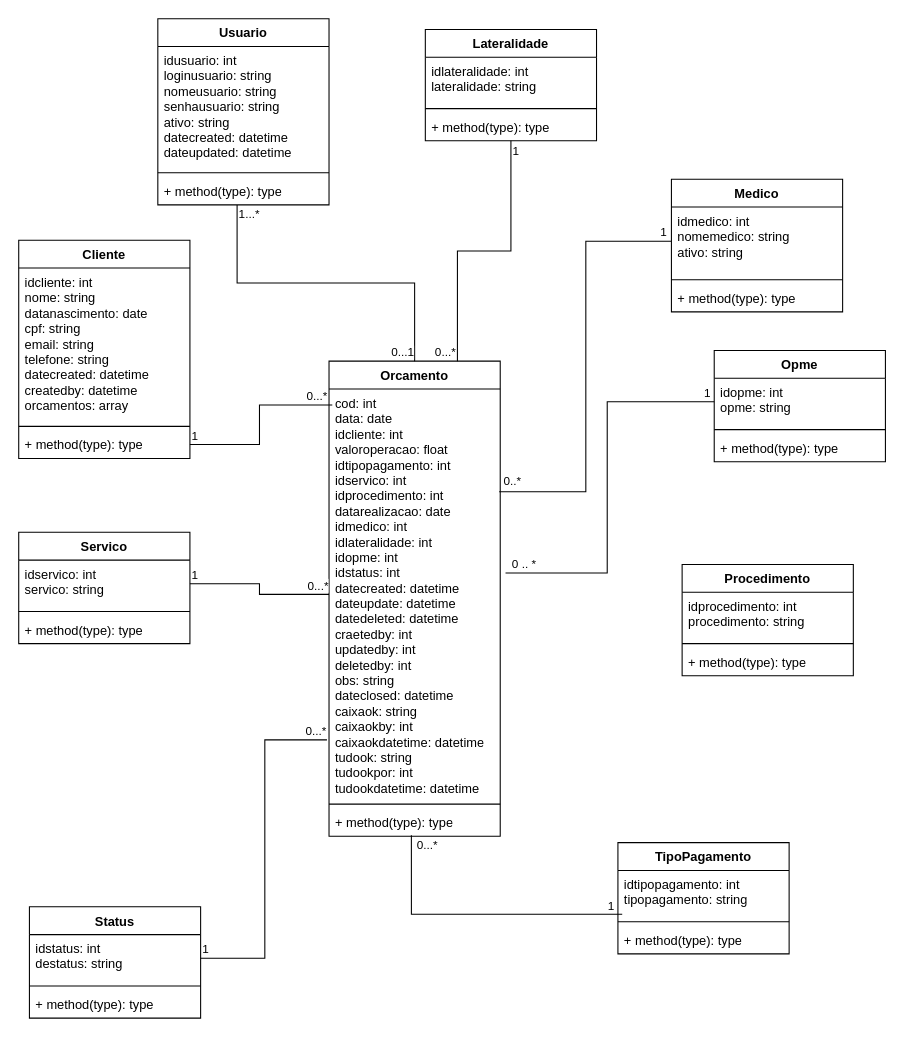
marcosmorais5/cruzeiro-pit-ii keeps this draw.io diagram as page "Classes" (1 of 2) of 0_docs/pic2-diagramas.drawio. Above is the earlier version. Source tidied: cells renumbered, new cells numbered last; positions are measured from the earlier drawing's top-left corner, leaving out a move shared by most shapes. Both pictures are drawn from the tidied source at 107%, with x=0, y=0 at pixel (18, 18).
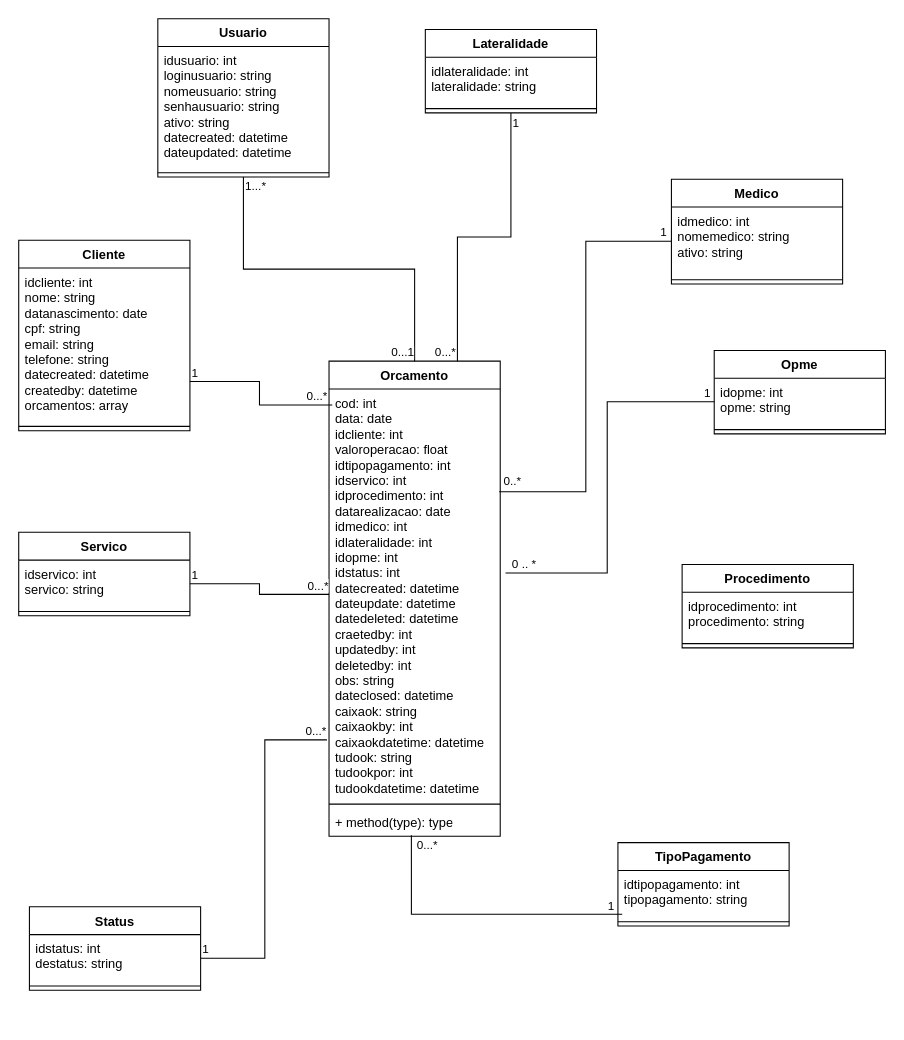
The same page after the edit.

Unchanged cells that the change refers to:
```xml
<mxCell id="3" value="&lt;div&gt;idcliente: int&lt;/div&gt;&lt;div&gt;nome: string&lt;/div&gt;&lt;div&gt;datanascimento: date&lt;/div&gt;&lt;div&gt;cpf: string&lt;/div&gt;&lt;div&gt;email: string&lt;/div&gt;&lt;div&gt;telefone: string&lt;/div&gt;&lt;div&gt;datecreated: datetime&lt;/div&gt;&lt;div&gt;createdby: datetime&lt;/div&gt;&lt;div&gt;orcamentos: array&lt;/div&gt;" style="text;strokeColor=none;fillColor=none;align=left;verticalAlign=top;spacingLeft=4;spacingRight=4;overflow=hidden;points=[[0,0.5],[1,0.5]];portConstraint=eastwest;whiteSpace=wrap;html=1;" parent="2" vertex="1">
  <mxGeometry y="26" width="160" height="144" as="geometry" />
</mxCell>
<mxCell id="18" value="Orcamento" style="swimlane;fontStyle=1;align=center;verticalAlign=top;horizontal=1;startSize=26;whiteSpace=wrap;html=1;swimlaneLine=1;strokeColor=default;" parent="1" vertex="1">
  <mxGeometry x="290" y="320" width="160" height="444" as="geometry" />
</mxCell>
<mxCell id="19" value="&lt;div&gt;cod: int&lt;/div&gt;&lt;div&gt;data: date&lt;/div&gt;&lt;div&gt;idcliente: int&lt;/div&gt;&lt;div&gt;valoroperacao: float&lt;/div&gt;&lt;div&gt;idtipopagamento: int&lt;/div&gt;&lt;div&gt;idservico: int&lt;/div&gt;&lt;div&gt;idprocedimento: int&lt;/div&gt;&lt;div&gt;datarealizacao: date&lt;/div&gt;&lt;div&gt;idmedico: int&lt;/div&gt;&lt;div&gt;idlateralidade: int&lt;/div&gt;&lt;div&gt;idopme: int&amp;nbsp;&lt;/div&gt;&lt;div&gt;idstatus: int&lt;/div&gt;&lt;div&gt;datecreated: datetime&lt;/div&gt;&lt;div&gt;dateupdate: datetime&lt;/div&gt;&lt;div&gt;datedeleted: datetime&lt;/div&gt;&lt;div&gt;craetedby: int&lt;/div&gt;&lt;div&gt;updatedby: int&lt;/div&gt;&lt;div&gt;deletedby: int&lt;/div&gt;&lt;div&gt;obs: string&lt;/div&gt;&lt;div&gt;dateclosed: datetime&lt;/div&gt;&lt;div&gt;caixaok: string&lt;/div&gt;&lt;div&gt;caixaokby: int&lt;/div&gt;&lt;div&gt;caixaokdatetime: datetime&lt;/div&gt;&lt;div&gt;tudook: string&lt;/div&gt;&lt;div&gt;tudookpor: int&lt;/div&gt;&lt;div&gt;tudookdatetime: datetime&lt;/div&gt;" style="text;strokeColor=none;fillColor=none;align=left;verticalAlign=top;spacingLeft=4;spacingRight=4;overflow=hidden;points=[[0,0.5],[1,0.5]];portConstraint=eastwest;whiteSpace=wrap;html=1;" parent="18" vertex="1">
  <mxGeometry y="26" width="160" height="384" as="geometry" />
</mxCell>
```

Diff of the diagram source:
```diff
@@
     <mxCell id="2" value="Cliente" style="swimlane;fontStyle=1;align=center;verticalAlign=top;horizontal=1;startSize=26;whiteSpace=wrap;html=1;" parent="1" vertex="1">
-      <mxGeometry y="207" width="160" height="204" as="geometry" />
+      <mxGeometry y="207" width="160" height="178" as="geometry" />
     </mxCell>
@@
-    <mxCell id="5" value="+ method(type): type" style="text;strokeColor=none;fillColor=none;align=left;verticalAlign=top;spacingLeft=4;spacingRight=4;overflow=hidden;points=[[0,0.5],[1,0.5]];portConstraint=eastwest;whiteSpace=wrap;html=1;" parent="2" vertex="1">
-      <mxGeometry y="178" width="160" height="26" as="geometry" />
-    </mxCell>
     <mxCell id="6" value="Lateralidade" style="swimlane;fontStyle=1;align=center;verticalAlign=top;horizontal=1;startSize=26;whiteSpace=wrap;html=1;" parent="1" vertex="1">
-      <mxGeometry x="380" y="10" width="160" height="104" as="geometry" />
+      <mxGeometry x="380" y="10" width="160" height="78" as="geometry" />
     </mxCell>
@@
-    <mxCell id="9" value="+ method(type): type" style="text;strokeColor=none;fillColor=none;align=left;verticalAlign=top;spacingLeft=4;spacingRight=4;overflow=hidden;points=[[0,0.5],[1,0.5]];portConstraint=eastwest;whiteSpace=wrap;html=1;" parent="6" vertex="1">
-      <mxGeometry y="78" width="160" height="26" as="geometry" />
-    </mxCell>
     <mxCell id="10" value="Medico" style="swimlane;fontStyle=1;align=center;verticalAlign=top;horizontal=1;startSize=26;whiteSpace=wrap;html=1;" parent="1" vertex="1">
-      <mxGeometry x="610" y="150" width="160" height="124" as="geometry" />
+      <mxGeometry x="610" y="150" width="160" height="98" as="geometry" />
     </mxCell>
@@
-    <mxCell id="13" value="+ method(type): type" style="text;strokeColor=none;fillColor=none;align=left;verticalAlign=top;spacingLeft=4;spacingRight=4;overflow=hidden;whiteSpace=wrap;html=1;" parent="10" vertex="1">
-      <mxGeometry y="98" width="160" height="26" as="geometry" />
-    </mxCell>
     <mxCell id="14" value="Opme" style="swimlane;fontStyle=1;align=center;verticalAlign=top;horizontal=1;startSize=26;whiteSpace=wrap;html=1;" parent="1" vertex="1">
-      <mxGeometry x="650" y="310" width="160" height="104" as="geometry" />
+      <mxGeometry x="650" y="310" width="160" height="78" as="geometry" />
     </mxCell>
@@
-    <mxCell id="17" value="+ method(type): type" style="text;strokeColor=none;fillColor=none;align=left;verticalAlign=top;spacingLeft=4;spacingRight=4;overflow=hidden;whiteSpace=wrap;html=1;" parent="14" vertex="1">
-      <mxGeometry y="78" width="160" height="26" as="geometry" />
-    </mxCell>
@@
     <mxCell id="25" value="Procedimento" style="swimlane;fontStyle=1;align=center;verticalAlign=top;horizontal=1;startSize=26;whiteSpace=wrap;html=1;" parent="1" vertex="1">
-      <mxGeometry x="620" y="510" width="160" height="104" as="geometry" />
+      <mxGeometry x="620" y="510" width="160" height="78" as="geometry" />
     </mxCell>
@@
-    <mxCell id="28" value="+ method(type): type" style="text;strokeColor=none;fillColor=none;align=left;verticalAlign=top;spacingLeft=4;spacingRight=4;overflow=hidden;whiteSpace=wrap;html=1;" parent="25" vertex="1">
-      <mxGeometry y="78" width="160" height="26" as="geometry" />
-    </mxCell>
     <mxCell id="29" value="Servico" style="swimlane;fontStyle=1;align=center;verticalAlign=top;horizontal=1;startSize=26;whiteSpace=wrap;html=1;" parent="1" vertex="1">
-      <mxGeometry y="480" width="160" height="104" as="geometry" />
+      <mxGeometry y="480" width="160" height="78" as="geometry" />
     </mxCell>
@@
-    <mxCell id="32" value="+ method(type): type" style="text;strokeColor=none;fillColor=none;align=left;verticalAlign=top;spacingLeft=4;spacingRight=4;overflow=hidden;whiteSpace=wrap;html=1;" parent="29" vertex="1">
-      <mxGeometry y="78" width="160" height="26" as="geometry" />
-    </mxCell>
     <mxCell id="33" value="Status" style="swimlane;fontStyle=1;align=center;verticalAlign=top;horizontal=1;startSize=26;whiteSpace=wrap;html=1;" parent="1" vertex="1">
-      <mxGeometry x="10" y="830" width="160" height="104" as="geometry" />
+      <mxGeometry x="10" y="830" width="160" height="78" as="geometry" />
     </mxCell>
@@
-    <mxCell id="36" value="+ method(type): type" style="text;strokeColor=none;fillColor=none;align=left;verticalAlign=top;spacingLeft=4;spacingRight=4;overflow=hidden;whiteSpace=wrap;html=1;" parent="33" vertex="1">
-      <mxGeometry y="78" width="160" height="26" as="geometry" />
-    </mxCell>
     <mxCell id="37" value="TipoPagamento" style="swimlane;fontStyle=1;align=center;verticalAlign=top;horizontal=1;startSize=26;whiteSpace=wrap;html=1;" parent="1" vertex="1">
-      <mxGeometry x="560" y="770" width="160" height="104" as="geometry" />
+      <mxGeometry x="560" y="770" width="160" height="78" as="geometry" />
     </mxCell>
@@
-    <mxCell id="40" value="+ method(type): type" style="text;strokeColor=none;fillColor=none;align=left;verticalAlign=top;spacingLeft=4;spacingRight=4;overflow=hidden;whiteSpace=wrap;html=1;" parent="37" vertex="1">
-      <mxGeometry y="78" width="160" height="26" as="geometry" />
-    </mxCell>
     <mxCell id="41" value="Usuario" style="swimlane;fontStyle=1;align=center;verticalAlign=top;horizontal=1;startSize=26;whiteSpace=wrap;html=1;" parent="1" vertex="1">
-      <mxGeometry x="130" width="160" height="174" as="geometry" />
+      <mxGeometry x="130" width="160" height="148" as="geometry" />
     </mxCell>
@@
-    <mxCell id="44" value="+ method(type): type" style="text;strokeColor=none;fillColor=none;align=left;verticalAlign=top;spacingLeft=4;spacingRight=4;overflow=hidden;points=[[0,0.5],[1,0.5]];portConstraint=eastwest;whiteSpace=wrap;html=1;" parent="41" vertex="1">
-      <mxGeometry y="148" width="160" height="26" as="geometry" />
-    </mxCell>
@@
-    <mxCell id="51" style="endArrow=none;html=1;edgeStyle=orthogonalEdgeStyle;rounded=0;entryX=0.5;entryY=0;entryDx=0;entryDy=0;exitX=0.463;exitY=1;exitDx=0;exitDy=0;exitPerimeter=0;" parent="1" edge="1" source="44" target="18">
+    <mxCell id="51" style="endArrow=none;html=1;edgeStyle=orthogonalEdgeStyle;rounded=0;entryX=0.5;entryY=0;entryDx=0;entryDy=0;exitX=0.5;exitY=1;exitDx=0;exitDy=0;" parent="1" edge="1" source="41" target="18">
       <mxGeometry relative="1" as="geometry" />
     </mxCell>
@@
-    <mxCell id="54" style="endArrow=none;html=1;edgeStyle=orthogonalEdgeStyle;rounded=0;entryX=0.019;entryY=0.039;entryDx=0;entryDy=0;entryPerimeter=0;exitX=1;exitY=0.5;exitDx=0;exitDy=0;" parent="1" edge="1" source="5" target="19">
+    <mxCell id="54" style="endArrow=none;html=1;edgeStyle=orthogonalEdgeStyle;rounded=0;entryX=0.019;entryY=0.039;entryDx=0;entryDy=0;entryPerimeter=0;exitX=1;exitY=0.736;exitDx=0;exitDy=0;exitPerimeter=0;" parent="1" edge="1" source="3" target="19">
       <mxGeometry relative="1" as="geometry" />
     </mxCell>
@@
-    <mxCell id="63" style="endArrow=none;html=1;edgeStyle=orthogonalEdgeStyle;rounded=0;exitX=0.5;exitY=1;exitDx=0;exitDy=0;exitPerimeter=0;entryX=0.75;entryY=0;entryDx=0;entryDy=0;" parent="1" edge="1" source="9" target="18">
+    <mxCell id="63" style="endArrow=none;html=1;edgeStyle=orthogonalEdgeStyle;rounded=0;exitX=0.5;exitY=1;exitDx=0;exitDy=0;entryX=0.75;entryY=0;entryDx=0;entryDy=0;" parent="1" edge="1" source="6" target="18">
       <mxGeometry relative="1" as="geometry" />
     </mxCell>
```
